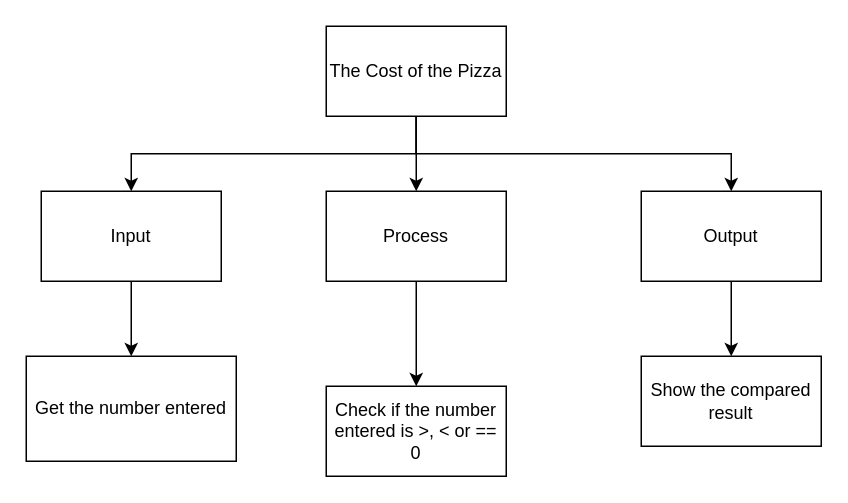
Earlier version of the draw.io diagram design.top-down.drawio (Yiyun-Qin/ICS3U-Unit3-05-Python). Source tidied: cells renumbered, new cells numbered last; positions are measured from the earlier drawing's top-left corner, leaving out a move shared by most shapes. Both pictures are drawn from the tidied source at 150%, with x=0, y=0 at pixel (26, 26).
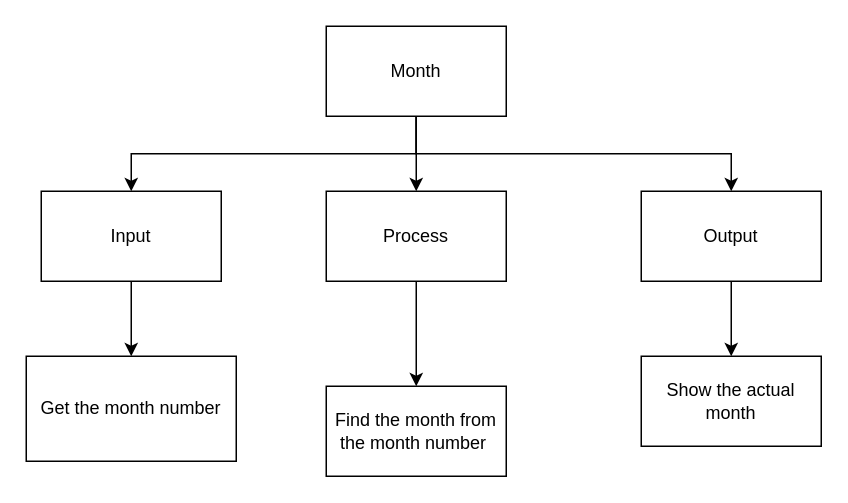
After the change.

Commit message (it also covers changes not shown here):
month int

The edit, as a diff of the source:
```diff
@@
 <mxGraphModel>
   <root>
     <mxCell id="0" />
     <mxCell id="1" parent="0" />
     <mxCell id="2" style="edgeStyle=orthogonalEdgeStyle;html=1;exitX=0.5;exitY=1;exitDx=0;exitDy=0;entryX=0.5;entryY=0;entryDx=0;entryDy=0;rounded=0;" parent="1" edge="1" source="5" target="7">
       <mxGeometry relative="1" as="geometry" />
     </mxCell>
     <mxCell id="3" style="edgeStyle=orthogonalEdgeStyle;rounded=0;html=1;exitX=0.5;exitY=1;exitDx=0;exitDy=0;entryX=0.5;entryY=0;entryDx=0;entryDy=0;" parent="1" edge="1" source="5" target="9">
       <mxGeometry relative="1" as="geometry" />
     </mxCell>
     <mxCell id="4" style="edgeStyle=orthogonalEdgeStyle;rounded=0;html=1;exitX=0.5;exitY=1;exitDx=0;exitDy=0;entryX=0.5;entryY=0;entryDx=0;entryDy=0;" parent="1" edge="1" source="5" target="11">
       <mxGeometry relative="1" as="geometry" />
     </mxCell>
-    <mxCell id="5" value="The Cost of the Pizza" style="rounded=0;whiteSpace=wrap;html=1;" parent="1" vertex="1">
+    <mxCell id="5" value="Month" style="rounded=0;whiteSpace=wrap;html=1;" parent="1" vertex="1">
       <mxGeometry x="200" width="120" height="60" as="geometry" />
     </mxCell>
     <mxCell id="6" style="edgeStyle=orthogonalEdgeStyle;rounded=0;html=1;exitX=0.5;exitY=1;exitDx=0;exitDy=0;entryX=0.5;entryY=0;entryDx=0;entryDy=0;" parent="1" edge="1" source="7" target="12">
       <mxGeometry relative="1" as="geometry" />
     </mxCell>
     <mxCell id="7" value="Input" style="rounded=0;whiteSpace=wrap;html=1;" parent="1" vertex="1">
       <mxGeometry x="10" y="110" width="120" height="60" as="geometry" />
     </mxCell>
     <mxCell id="8" style="edgeStyle=orthogonalEdgeStyle;rounded=0;html=1;exitX=0.5;exitY=1;exitDx=0;exitDy=0;entryX=0.5;entryY=0;entryDx=0;entryDy=0;" parent="1" edge="1" source="9" target="13">
       <mxGeometry relative="1" as="geometry" />
     </mxCell>
     <mxCell id="9" value="Process" style="rounded=0;whiteSpace=wrap;html=1;" parent="1" vertex="1">
       <mxGeometry x="200" y="110" width="120" height="60" as="geometry" />
     </mxCell>
     <mxCell id="10" style="edgeStyle=orthogonalEdgeStyle;rounded=0;html=1;exitX=0.5;exitY=1;exitDx=0;exitDy=0;entryX=0.5;entryY=0;entryDx=0;entryDy=0;" parent="1" edge="1" source="11" target="14">
       <mxGeometry relative="1" as="geometry" />
     </mxCell>
     <mxCell id="11" value="Output" style="rounded=0;whiteSpace=wrap;html=1;" parent="1" vertex="1">
       <mxGeometry x="410" y="110" width="120" height="60" as="geometry" />
     </mxCell>
-    <mxCell id="12" value="Get the number entered" style="rounded=0;whiteSpace=wrap;html=1;" parent="1" vertex="1">
+    <mxCell id="12" value="Get the month number" style="rounded=0;whiteSpace=wrap;html=1;" parent="1" vertex="1">
       <mxGeometry y="220" width="140" height="70" as="geometry" />
     </mxCell>
-    <mxCell id="13" value="Check if the number entered is &amp;gt;, &amp;lt; or == 0" style="rounded=0;whiteSpace=wrap;html=1;" parent="1" vertex="1">
+    <mxCell id="13" value="Find the month from the month number&amp;nbsp;" style="rounded=0;whiteSpace=wrap;html=1;" parent="1" vertex="1">
       <mxGeometry x="200" y="240" width="120" height="60" as="geometry" />
     </mxCell>
-    <mxCell id="14" value="Show the compared result" style="rounded=0;whiteSpace=wrap;html=1;" parent="1" vertex="1">
+    <mxCell id="14" value="Show the actual month" style="rounded=0;whiteSpace=wrap;html=1;" parent="1" vertex="1">
       <mxGeometry x="410" y="220" width="120" height="60" as="geometry" />
     </mxCell>
   </root>
 </mxGraphModel>
```
